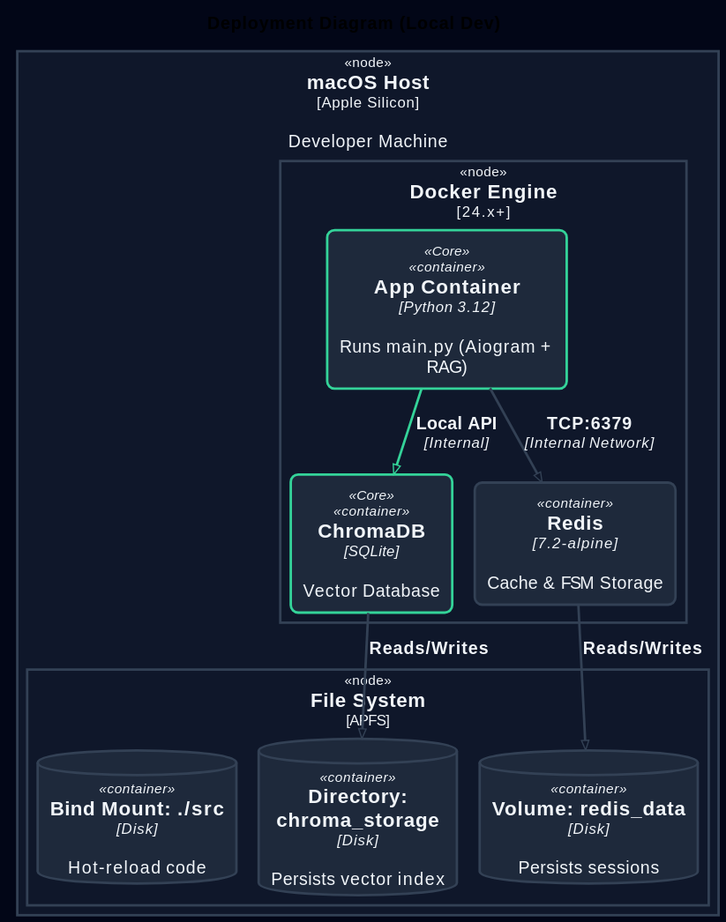
This is docs/diagrams/img/deployment.svg from agredyaev/architecture-pro-quantum-forge, a PlantUML export, as it was before one commit. Its diagram source:
```plantuml
@startuml
!pragma layout smetana
!include https://raw.githubusercontent.com/plantuml-stdlib/C4-PlantUML/master/C4_Deployment.puml
!include ../p3-c4-styles.puml

skinparam backgroundColor #020617

title Deployment Diagram (Local Dev)

AddElementTag("Core", $borderColor=C_EMERALD400, $fontColor=C_TEXT)
AddRelTag("MainFlow", $lineColor=C_EMERALD400)

UpdateElementStyle("node", $bgColor=C_SURF, $fontColor=C_TEXT, $borderColor=C_LINE)

Deployment_Node(os, "macOS Host", "Apple Silicon", "Developer Machine") {

    Deployment_Node(docker, "Docker Engine", "24.x+") {

        Container(app_container, "App Container", "Python 3.12", "Runs main.py (Aiogram + RAG)", $tags="Core")

        Container(chroma_container, "ChromaDB", "SQLite", "Vector Database", $tags="Core")

        Container(redis_container, "Redis", "7.2-alpine", "Cache & FSM Storage")
    }

    Deployment_Node(fs, "File System", "APFS") {
        ContainerDb(vol_chroma, "Directory: chroma_storage", "Disk", "Persists vector index")
        ContainerDb(vol_redis, "Volume: redis_data", "Disk", "Persists sessions")
        ContainerDb(vol_code, "Bind Mount: ./src", "Disk", "Hot-reload code")
    }

    Rel(app_container, chroma_container, "Local API", "Internal", $tags="MainFlow")
    Rel(app_container, redis_container, "TCP:6379", "Internal Network")

    Rel(chroma_container, vol_chroma, "Reads/Writes")
    Rel(redis_container, vol_redis, "Reads/Writes")
}
@enduml
```
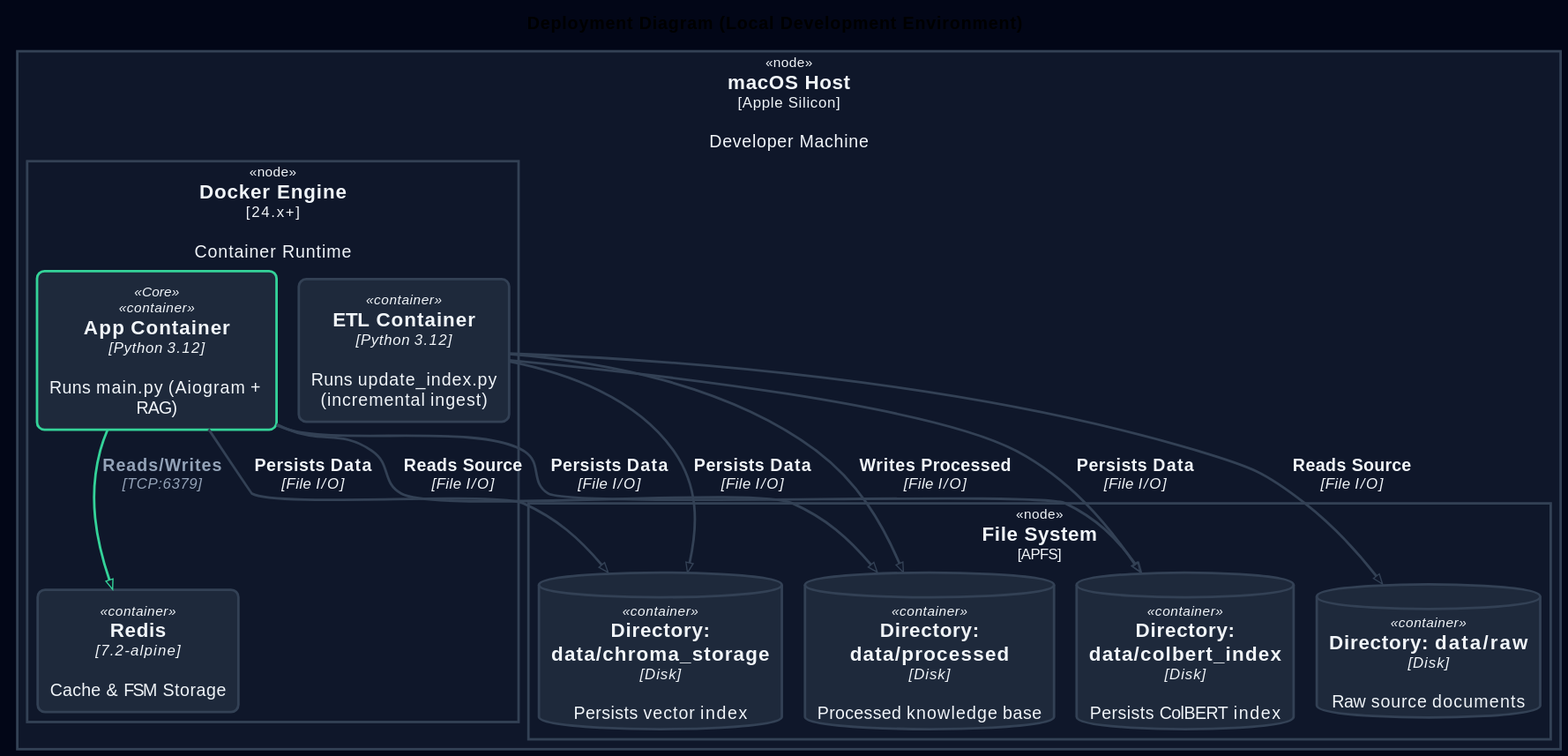
The same file after the commit.

The edit, as a diff of the source:
```diff
@@ -5,34 +5,38 @@
 
 skinparam backgroundColor #020617
 
-title Deployment Diagram (Local Dev)
+title Deployment Diagram (Local Development Environment)
 
 AddElementTag("Core", $borderColor=C_EMERALD400, $fontColor=C_TEXT)
-AddRelTag("MainFlow", $lineColor=C_EMERALD400)
+AddRelTag("MainFlow", $lineColor=C_EMERALD400, $textColor=C_MUTED)
 
 UpdateElementStyle("node", $bgColor=C_SURF, $fontColor=C_TEXT, $borderColor=C_LINE)
 
 Deployment_Node(os, "macOS Host", "Apple Silicon", "Developer Machine") {
 
-    Deployment_Node(docker, "Docker Engine", "24.x+") {
+    Deployment_Node(docker, "Docker Engine", "24.x+", "Container Runtime") {
 
         Container(app_container, "App Container", "Python 3.12", "Runs main.py (Aiogram + RAG)", $tags="Core")
-
-        Container(chroma_container, "ChromaDB", "SQLite", "Vector Database", $tags="Core")
-
+        Container(etl_container, "ETL Container", "Python 3.12", "Runs update_index.py (incremental ingest)")
         Container(redis_container, "Redis", "7.2-alpine", "Cache & FSM Storage")
     }
 
     Deployment_Node(fs, "File System", "APFS") {
-        ContainerDb(vol_chroma, "Directory: chroma_storage", "Disk", "Persists vector index")
-        ContainerDb(vol_redis, "Volume: redis_data", "Disk", "Persists sessions")
-        ContainerDb(vol_code, "Bind Mount: ./src", "Disk", "Hot-reload code")
+        ContainerDb(vol_chroma, "Directory: data/chroma_storage", "Disk", "Persists vector index")
+        ContainerDb(vol_colbert, "Directory: data/colbert_index", "Disk", "Persists ColBERT index")
+        ContainerDb(vol_raw, "Directory: data/raw", "Disk", "Raw source documents")
+        ContainerDb(vol_processed, "Directory: data/processed", "Disk", "Processed knowledge base")
     }
 
-    Rel(app_container, chroma_container, "Local API", "Internal", $tags="MainFlow")
-    Rel(app_container, redis_container, "TCP:6379", "Internal Network")
+    Rel(app_container, redis_container, "Reads/Writes", "TCP:6379", $tags="MainFlow")
 
-    Rel(chroma_container, vol_chroma, "Reads/Writes")
-    Rel(redis_container, vol_redis, "Reads/Writes")
+    Rel(app_container, vol_chroma, "Persists Data", "File I/O")
+    Rel(app_container, vol_colbert, "Persists Data", "File I/O")
+    Rel(app_container, vol_processed, "Reads Source", "File I/O")
+
+    Rel(etl_container, vol_raw, "Reads Source", "File I/O")
+    Rel(etl_container, vol_processed, "Writes Processed", "File I/O")
+    Rel(etl_container, vol_chroma, "Persists Data", "File I/O")
+    Rel(etl_container, vol_colbert, "Persists Data", "File I/O")
 }
 @enduml
```
